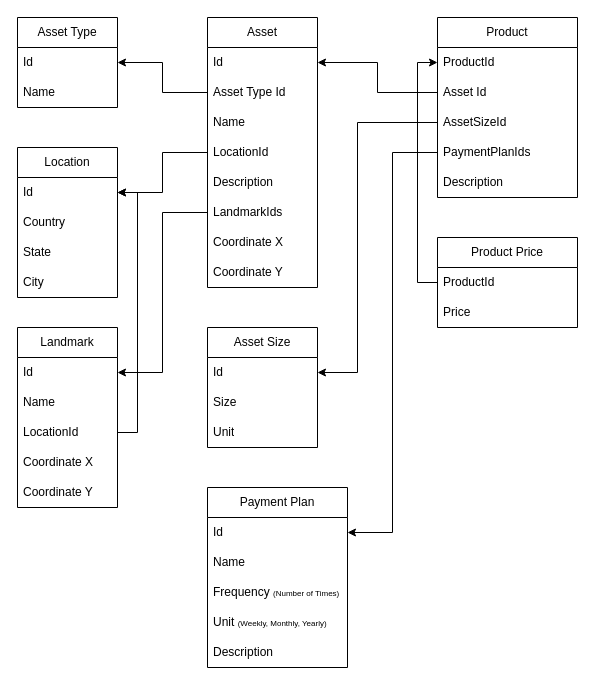
Above: sellperty.drawio in isaac-code/diagrams (draw.io), before the change. Source tidied: cells renumbered, new cells numbered last; positions are measured from the earlier drawing's top-left corner, leaving out a move shared by most shapes. Both pictures are drawn from the tidied source at 100%, with x=0, y=0 at pixel (17, 17).
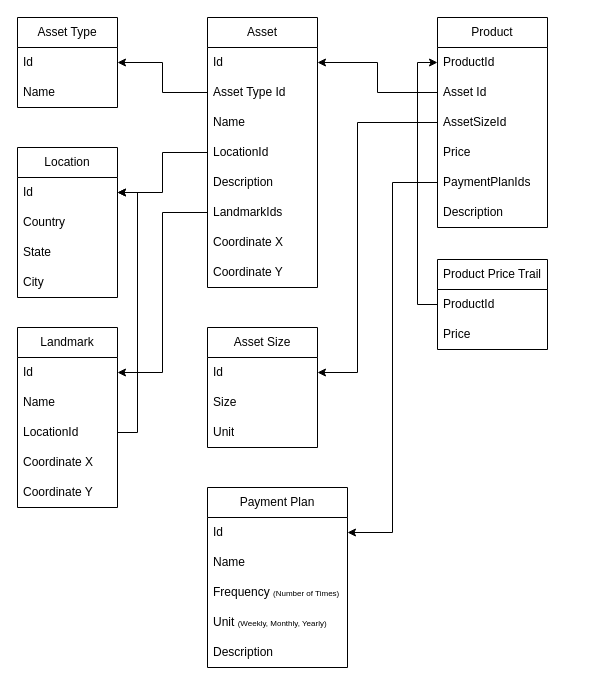
The same diagram, later.

Commit message:
add product price trail

The edit, as a diff of the source:
```diff
@@
     <mxCell id="29" value="Product" style="swimlane;fontStyle=0;horizontal=1;startSize=30;whiteSpace=wrap;html=1;" parent="1" vertex="1">
-      <mxGeometry x="420" width="140" height="180" as="geometry" />
+      <mxGeometry x="420" width="110" height="210" as="geometry" />
     </mxCell>
     <mxCell id="30" value="ProductId" style="text;strokeColor=none;fillColor=none;align=left;verticalAlign=middle;spacingLeft=4;spacingRight=4;overflow=hidden;points=[[0,0.5],[1,0.5]];portConstraint=eastwest;whiteSpace=wrap;html=1;" parent="29" vertex="1">
-      <mxGeometry y="30" width="140" height="30" as="geometry" />
+      <mxGeometry y="30" width="110" height="30" as="geometry" />
     </mxCell>
     <mxCell id="31" value="Asset Id" style="text;strokeColor=none;fillColor=none;align=left;verticalAlign=middle;spacingLeft=4;spacingRight=4;overflow=hidden;points=[[0,0.5],[1,0.5]];portConstraint=eastwest;whiteSpace=wrap;html=1;" parent="29" vertex="1">
-      <mxGeometry y="60" width="140" height="30" as="geometry" />
+      <mxGeometry y="60" width="110" height="30" as="geometry" />
     </mxCell>
     <mxCell id="32" value="AssetSizeId" style="text;strokeColor=none;fillColor=none;align=left;verticalAlign=middle;spacingLeft=4;spacingRight=4;overflow=hidden;points=[[0,0.5],[1,0.5]];portConstraint=eastwest;whiteSpace=wrap;html=1;" parent="29" vertex="1">
-      <mxGeometry y="90" width="140" height="30" as="geometry" />
+      <mxGeometry y="90" width="110" height="30" as="geometry" />
     </mxCell>
+    <mxCell id="52" value="Price" style="text;strokeColor=none;fillColor=none;align=left;verticalAlign=middle;spacingLeft=4;spacingRight=4;overflow=hidden;whiteSpace=wrap;html=1;" parent="29" vertex="1">
+      <mxGeometry y="120" width="110" height="30" as="geometry" />
+    </mxCell>
     <mxCell id="33" value="PaymentPlanIds" style="text;strokeColor=none;fillColor=none;align=left;verticalAlign=middle;spacingLeft=4;spacingRight=4;overflow=hidden;points=[[0,0.5],[1,0.5]];portConstraint=eastwest;whiteSpace=wrap;html=1;" parent="29" vertex="1">
-      <mxGeometry y="120" width="140" height="30" as="geometry" />
+      <mxGeometry y="150" width="110" height="30" as="geometry" />
     </mxCell>
     <mxCell id="34" value="Description" style="text;strokeColor=none;fillColor=none;align=left;verticalAlign=middle;spacingLeft=4;spacingRight=4;overflow=hidden;whiteSpace=wrap;html=1;" parent="29" vertex="1">
-      <mxGeometry y="150" width="140" height="30" as="geometry" />
+      <mxGeometry y="180" width="110" height="30" as="geometry" />
     </mxCell>
@@
-    <mxCell id="41" value="Product Price" style="swimlane;fontStyle=0;horizontal=1;startSize=30;whiteSpace=wrap;html=1;" parent="1" vertex="1">
-      <mxGeometry x="420" y="220" width="140" height="90" as="geometry" />
+    <mxCell id="41" value="Product Price Trail" style="swimlane;fontStyle=0;horizontal=1;startSize=30;whiteSpace=wrap;html=1;" parent="1" vertex="1">
+      <mxGeometry x="420" y="242" width="110" height="90" as="geometry" />
     </mxCell>
     <mxCell id="42" value="ProductId" style="text;strokeColor=none;fillColor=none;align=left;verticalAlign=middle;spacingLeft=4;spacingRight=4;overflow=hidden;points=[[0,0.5],[1,0.5]];portConstraint=eastwest;whiteSpace=wrap;html=1;" parent="41" vertex="1">
-      <mxGeometry y="30" width="140" height="30" as="geometry" />
+      <mxGeometry y="30" width="110" height="30" as="geometry" />
     </mxCell>
     <mxCell id="43" value="Price" style="text;strokeColor=none;fillColor=none;align=left;verticalAlign=middle;spacingLeft=4;spacingRight=4;overflow=hidden;whiteSpace=wrap;html=1;" parent="41" vertex="1">
-      <mxGeometry y="60" width="140" height="30" as="geometry" />
+      <mxGeometry y="60" width="110" height="30" as="geometry" />
     </mxCell>
```
